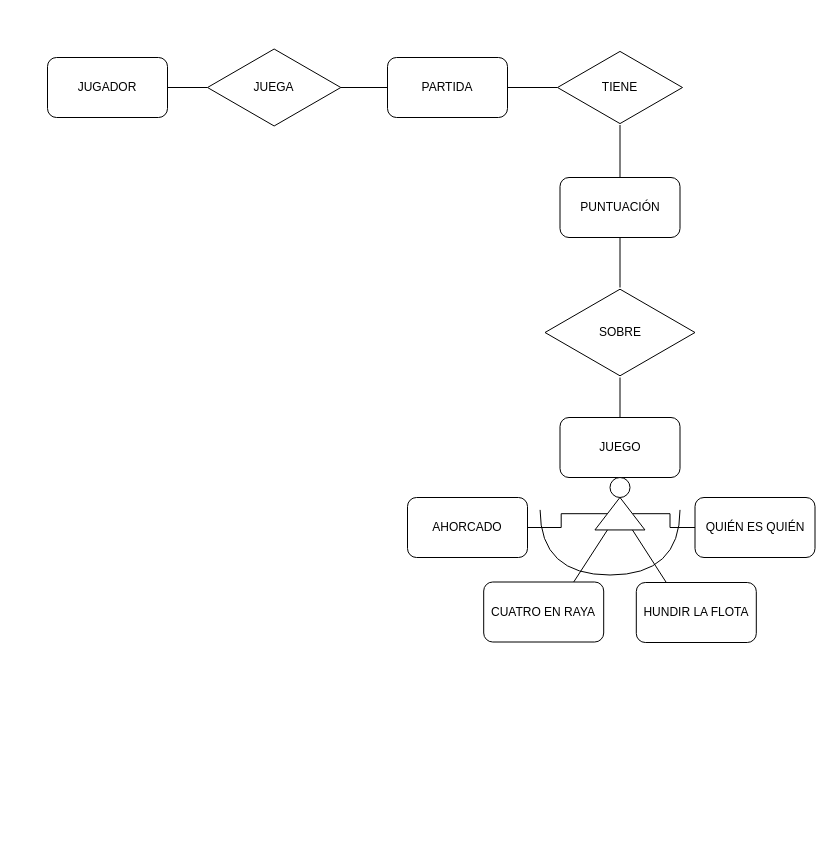
The draw.io diagram Bases de Datos/DIAGRAMA E-R BASE DE DATOS.drawio in AlejandroFraileMunoz/MiniRetoEquipo2, before the edit. Source tidied: cells renumbered, new cells numbered last; positions are measured from the earlier drawing's top-left corner, leaving out a move shared by most shapes. Both pictures are drawn from the tidied source at 100%, with x=0, y=0 at pixel (47, 47).
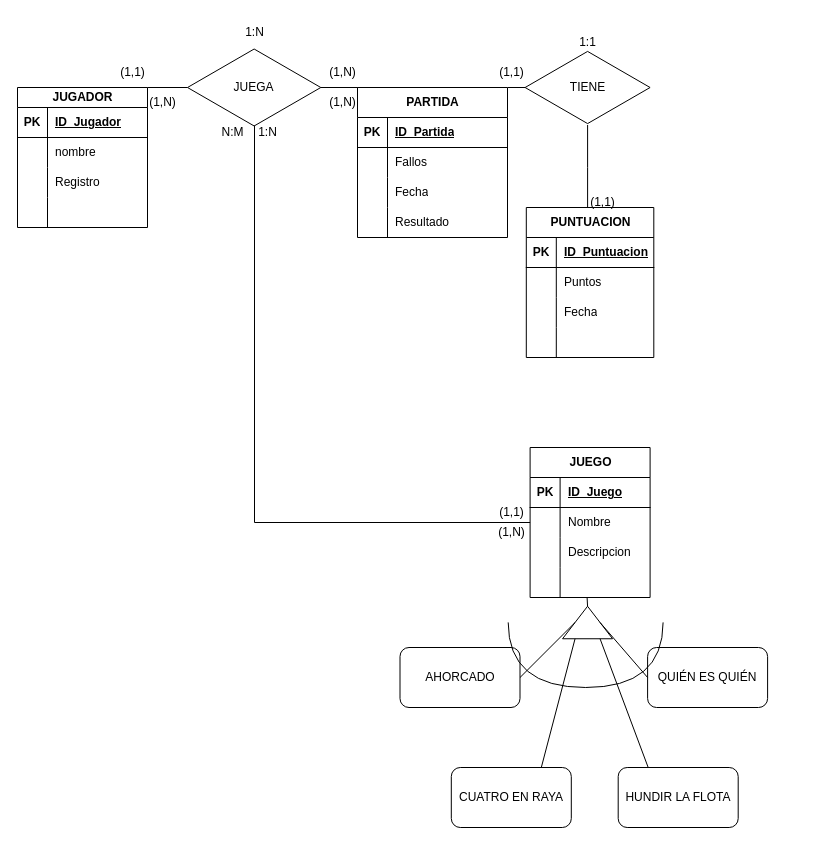
After the change.

Commit message:
Diagrama E/R de base de datos

The edit, as a diff of the source:
```diff
@@
-    <mxCell id="2" style="edgeStyle=orthogonalEdgeStyle;rounded=0;jettySize=auto;html=1;endArrow=none;startFill=0;" parent="1" edge="1" source="3" target="5">
-      <mxGeometry relative="1" as="geometry" />
-    </mxCell>
-    <mxCell id="3" value="JUGADOR" style="rounded=1;whiteSpace=wrap;html=1;" parent="1" vertex="1">
-      <mxGeometry y="10" width="120" height="60" as="geometry" />
-    </mxCell>
-    <mxCell id="4" style="edgeStyle=orthogonalEdgeStyle;rounded=0;jettySize=auto;html=1;endArrow=none;startFill=0;" parent="1" edge="1" source="5" target="7">
-      <mxGeometry relative="1" as="geometry" />
+    <mxCell id="4" style="edgeStyle=orthogonalEdgeStyle;rounded=0;jettySize=auto;html=1;endArrow=none;startFill=0;" parent="1" edge="1" source="5">
+      <mxGeometry relative="1" as="geometry">
+        <mxPoint x="350" y="40" as="targetPoint" />
+      </mxGeometry>
     </mxCell>
     <mxCell id="5" value="JUEGA" style="html=1;whiteSpace=wrap;shape=isoRectangle;" parent="1" vertex="1">
-      <mxGeometry x="160" width="133.3" height="80" as="geometry" />
+      <mxGeometry x="140" width="133.3" height="80" as="geometry" />
     </mxCell>
-    <mxCell id="6" style="edgeStyle=orthogonalEdgeStyle;rounded=0;jettySize=auto;html=1;endArrow=none;startFill=0;" parent="1" edge="1" source="7" target="9">
-      <mxGeometry relative="1" as="geometry" />
+    <mxCell id="6" style="edgeStyle=orthogonalEdgeStyle;rounded=0;jettySize=auto;html=1;endArrow=none;startFill=0;exitX=1;exitY=0;exitDx=0;exitDy=0;" parent="1" edge="1" source="7" target="9">
+      <mxGeometry relative="1" as="geometry">
+        <Array as="points">
+          <mxPoint x="540" y="40" />
+          <mxPoint x="540" y="40" />
+        </Array>
+      </mxGeometry>
     </mxCell>
-    <mxCell id="7" value="PARTIDA" style="rounded=1;whiteSpace=wrap;html=1;" parent="1" vertex="1">
-      <mxGeometry x="340" y="10" width="120" height="60" as="geometry" />
-    </mxCell>
-    <mxCell id="8" style="edgeStyle=orthogonalEdgeStyle;rounded=0;jettySize=auto;html=1;endArrow=none;startFill=0;" parent="1" edge="1" source="9" target="11">
-      <mxGeometry relative="1" as="geometry" />
+    <mxCell id="8" style="edgeStyle=orthogonalEdgeStyle;rounded=0;jettySize=auto;html=1;endArrow=none;startFill=0;" parent="1" edge="1" source="9" target="51">
+      <mxGeometry relative="1" as="geometry">
+        <Array as="points">
+          <mxPoint x="540" y="120" />
+          <mxPoint x="540" y="120" />
+        </Array>
+      </mxGeometry>
     </mxCell>
     <mxCell id="9" value="TIENE" style="html=1;whiteSpace=wrap;shape=isoRectangle;" parent="1" vertex="1">
-      <mxGeometry x="510" y="2.5" width="125" height="75" as="geometry" />
+      <mxGeometry x="477.6" y="2.5" width="125" height="75" as="geometry" />
     </mxCell>
-    <mxCell id="10" style="edgeStyle=orthogonalEdgeStyle;rounded=0;jettySize=auto;html=1;endArrow=none;startFill=0;" parent="1" edge="1" source="11" target="13">
-      <mxGeometry relative="1" as="geometry" />
-    </mxCell>
-    <mxCell id="11" value="PUNTUACIÓN" style="rounded=1;whiteSpace=wrap;html=1;" parent="1" vertex="1">
-      <mxGeometry x="512.5" y="130" width="120" height="60" as="geometry" />
-    </mxCell>
-    <mxCell id="12" style="edgeStyle=orthogonalEdgeStyle;rounded=0;jettySize=auto;html=1;" parent="1" edge="1" source="13" target="15">
-      <mxGeometry relative="1" as="geometry" />
-    </mxCell>
-    <mxCell id="13" value="SOBRE" style="html=1;whiteSpace=wrap;shape=isoRectangle;" parent="1" vertex="1">
-      <mxGeometry x="497.5" y="240" width="150" height="90" as="geometry" />
-    </mxCell>
-    <mxCell id="14" value="JUEGO" style="rounded=1;whiteSpace=wrap;html=1;" parent="1" vertex="1">
-      <mxGeometry x="512.5" y="370" width="120" height="60" as="geometry" />
-    </mxCell>
-    <mxCell id="15" style="ellipse;whiteSpace=wrap;html=1;" parent="1" vertex="1">
-      <mxGeometry x="562.5" y="430" width="20" height="20" as="geometry" />
-    </mxCell>
-    <mxCell id="16" style="edgeStyle=orthogonalEdgeStyle;rounded=0;jettySize=auto;html=1;endArrow=none;startFill=0;" parent="1" edge="1" source="18" target="19">
-      <mxGeometry relative="1" as="geometry" />
-    </mxCell>
-    <mxCell id="17" style="edgeStyle=orthogonalEdgeStyle;rounded=0;jettySize=auto;html=1;endArrow=none;startFill=0;" parent="1" edge="1" source="18" target="21">
-      <mxGeometry relative="1" as="geometry" />
-    </mxCell>
     <mxCell id="18" style="triangle;whiteSpace=wrap;html=1;rotation=-90;" parent="1" vertex="1">
-      <mxGeometry x="556.2" y="441.2" width="32.5" height="50" as="geometry" />
+      <mxGeometry x="523.8" y="550" width="32.5" height="50" as="geometry" />
     </mxCell>
     <mxCell id="19" value="AHORCADO" style="rounded=1;whiteSpace=wrap;html=1;" parent="1" vertex="1">
-      <mxGeometry x="360" y="450" width="120" height="60" as="geometry" />
+      <mxGeometry x="352.5" y="600" width="120" height="60" as="geometry" />
     </mxCell>
     <mxCell id="20" value="CUATRO EN RAYA" style="rounded=1;whiteSpace=wrap;html=1;" parent="1" vertex="1">
-      <mxGeometry x="436.2" y="534.5" width="120" height="60" as="geometry" />
+      <mxGeometry x="403.8" y="720" width="120" height="60" as="geometry" />
     </mxCell>
     <mxCell id="21" value="QUIÉN ES QUIÉN" style="rounded=1;whiteSpace=wrap;html=1;" parent="1" vertex="1">
-      <mxGeometry x="647.5" y="450" width="120" height="60" as="geometry" />
+      <mxGeometry x="600.1" y="600" width="120" height="60" as="geometry" />
     </mxCell>
     <mxCell id="22" value="HUNDIR LA FLOTA" style="rounded=1;whiteSpace=wrap;html=1;" parent="1" vertex="1">
-      <mxGeometry x="588.8" y="535" width="120" height="60" as="geometry" />
+      <mxGeometry x="570.7" y="720" width="120" height="60" as="geometry" />
     </mxCell>
@@
     <mxCell id="25" style="shape=requiredInterface;html=1;verticalLabelPosition=bottom;sketch=0;rotation=90;" parent="1" vertex="1">
-      <mxGeometry x="530" y="425" width="65.1" height="139.9" as="geometry" />
+      <mxGeometry x="505.6" y="530" width="65.1" height="154.9" as="geometry" />
     </mxCell>
+    <mxCell id="3" value="JUGADOR" style="shape=table;startSize=20;childLayout=tableLayout;rowLines=0;fontStyle=1;align=center;html=1;" parent="1" vertex="1">
+      <mxGeometry x="-30" y="40" width="130" height="140" as="geometry" />
+    </mxCell>
+    <mxCell id="26" style="shape=tableRow;horizontal=0;startSize=0;swimlaneHead=0;swimlaneBody=0;fillColor=none;top=0;left=0;right=0;bottom=1;" parent="3" vertex="1">
+      <mxGeometry y="20" width="130" height="30" as="geometry" />
+    </mxCell>
+    <mxCell id="27" value="PK" style="shape=partialRectangle;fillColor=none;top=0;left=0;bottom=0;right=0;fontStyle=1;overflow=hidden;whiteSpace=wrap;html=1;" parent="26" vertex="1">
+      <mxGeometry width="30" height="30" as="geometry" />
+    </mxCell>
+    <mxCell id="28" value="ID_Jugador" style="shape=partialRectangle;fillColor=none;top=0;left=0;bottom=0;right=0;align=left;spacingLeft=6;fontStyle=5;overflow=hidden;whiteSpace=wrap;html=1;" parent="26" vertex="1">
+      <mxGeometry x="30" width="100" height="30" as="geometry" />
+    </mxCell>
+    <mxCell id="29" style="shape=tableRow;horizontal=0;startSize=0;swimlaneHead=0;swimlaneBody=0;fillColor=none;top=0;left=0;right=0;bottom=0;" parent="3" vertex="1">
+      <mxGeometry y="50" width="130" height="30" as="geometry" />
+    </mxCell>
+    <mxCell id="30" style="shape=partialRectangle;fillColor=none;top=0;left=0;bottom=0;right=0;overflow=hidden;whiteSpace=wrap;html=1;" parent="29" vertex="1">
+      <mxGeometry width="30" height="30" as="geometry" />
+    </mxCell>
+    <mxCell id="31" value="nombre" style="shape=partialRectangle;fillColor=none;top=0;left=0;bottom=0;right=0;align=left;spacingLeft=6;overflow=hidden;whiteSpace=wrap;html=1;" parent="29" vertex="1">
+      <mxGeometry x="30" width="100" height="30" as="geometry" />
+    </mxCell>
+    <mxCell id="32" style="shape=tableRow;horizontal=0;startSize=0;swimlaneHead=0;swimlaneBody=0;fillColor=none;top=0;left=0;right=0;bottom=0;" parent="3" vertex="1">
+      <mxGeometry y="80" width="130" height="30" as="geometry" />
+    </mxCell>
+    <mxCell id="33" style="shape=partialRectangle;fillColor=none;top=0;left=0;bottom=0;right=0;overflow=hidden;whiteSpace=wrap;html=1;" parent="32" vertex="1">
+      <mxGeometry width="30" height="30" as="geometry" />
+    </mxCell>
+    <mxCell id="34" value="Registro" style="shape=partialRectangle;fillColor=none;top=0;left=0;bottom=0;right=0;align=left;spacingLeft=6;overflow=hidden;whiteSpace=wrap;html=1;" parent="32" vertex="1">
+      <mxGeometry x="30" width="100" height="30" as="geometry" />
+    </mxCell>
+    <mxCell id="35" style="shape=tableRow;horizontal=0;startSize=0;swimlaneHead=0;swimlaneBody=0;fillColor=none;top=0;left=0;right=0;bottom=0;" parent="3" vertex="1">
+      <mxGeometry y="110" width="130" height="30" as="geometry" />
+    </mxCell>
+    <mxCell id="36" style="shape=partialRectangle;fillColor=none;top=0;left=0;bottom=0;right=0;overflow=hidden;whiteSpace=wrap;html=1;" parent="35" vertex="1">
+      <mxGeometry width="30" height="30" as="geometry" />
+    </mxCell>
+    <mxCell id="37" style="shape=partialRectangle;fillColor=none;top=0;left=0;bottom=0;right=0;align=left;spacingLeft=6;overflow=hidden;whiteSpace=wrap;html=1;" parent="35" vertex="1">
+      <mxGeometry x="30" width="100" height="30" as="geometry" />
+    </mxCell>
+    <mxCell id="38" style="endArrow=none;html=1;rounded=0;exitX=1;exitY=0;exitDx=0;exitDy=0;" parent="1" edge="1" source="3">
+      <mxGeometry relative="1" as="geometry">
+        <mxPoint x="140" y="40" as="targetPoint" />
+      </mxGeometry>
+    </mxCell>
+    <mxCell id="7" value="PARTIDA" style="shape=table;startSize=30;childLayout=tableLayout;rowLines=0;fontStyle=1;align=center;html=1;" parent="1" vertex="1">
+      <mxGeometry x="310" y="40" width="150" height="150" as="geometry" />
+    </mxCell>
+    <mxCell id="39" style="shape=tableRow;horizontal=0;startSize=0;swimlaneHead=0;swimlaneBody=0;fillColor=none;top=0;left=0;right=0;bottom=1;" parent="7" vertex="1">
+      <mxGeometry y="30" width="150" height="30" as="geometry" />
+    </mxCell>
+    <mxCell id="40" value="PK" style="shape=partialRectangle;fillColor=none;top=0;left=0;bottom=0;right=0;fontStyle=1;overflow=hidden;whiteSpace=wrap;html=1;" parent="39" vertex="1">
+      <mxGeometry width="30" height="30" as="geometry" />
+    </mxCell>
+    <mxCell id="41" value="ID_Partida" style="shape=partialRectangle;fillColor=none;top=0;left=0;bottom=0;right=0;align=left;spacingLeft=6;fontStyle=5;overflow=hidden;whiteSpace=wrap;html=1;" parent="39" vertex="1">
+      <mxGeometry x="30" width="120" height="30" as="geometry" />
+    </mxCell>
+    <mxCell id="42" style="shape=tableRow;horizontal=0;startSize=0;swimlaneHead=0;swimlaneBody=0;fillColor=none;top=0;left=0;right=0;bottom=0;" parent="7" vertex="1">
+      <mxGeometry y="60" width="150" height="30" as="geometry" />
+    </mxCell>
+    <mxCell id="43" style="shape=partialRectangle;fillColor=none;top=0;left=0;bottom=0;right=0;overflow=hidden;whiteSpace=wrap;html=1;" parent="42" vertex="1">
+      <mxGeometry width="30" height="30" as="geometry" />
+    </mxCell>
+    <mxCell id="44" value="Fallos" style="shape=partialRectangle;fillColor=none;top=0;left=0;bottom=0;right=0;align=left;spacingLeft=6;overflow=hidden;whiteSpace=wrap;html=1;" parent="42" vertex="1">
+      <mxGeometry x="30" width="120" height="30" as="geometry" />
+    </mxCell>
+    <mxCell id="45" style="shape=tableRow;horizontal=0;startSize=0;swimlaneHead=0;swimlaneBody=0;fillColor=none;top=0;left=0;right=0;bottom=0;" parent="7" vertex="1">
+      <mxGeometry y="90" width="150" height="30" as="geometry" />
+    </mxCell>
+    <mxCell id="46" style="shape=partialRectangle;fillColor=none;top=0;left=0;bottom=0;right=0;overflow=hidden;whiteSpace=wrap;html=1;" parent="45" vertex="1">
+      <mxGeometry width="30" height="30" as="geometry" />
+    </mxCell>
+    <mxCell id="47" value="Fecha" style="shape=partialRectangle;fillColor=none;top=0;left=0;bottom=0;right=0;align=left;spacingLeft=6;overflow=hidden;whiteSpace=wrap;html=1;" parent="45" vertex="1">
+      <mxGeometry x="30" width="120" height="30" as="geometry" />
+    </mxCell>
+    <mxCell id="48" style="shape=tableRow;horizontal=0;startSize=0;swimlaneHead=0;swimlaneBody=0;fillColor=none;top=0;left=0;right=0;bottom=0;" parent="7" vertex="1">
+      <mxGeometry y="120" width="150" height="30" as="geometry" />
+    </mxCell>
+    <mxCell id="49" style="shape=partialRectangle;fillColor=none;top=0;left=0;bottom=0;right=0;overflow=hidden;whiteSpace=wrap;html=1;" parent="48" vertex="1">
+      <mxGeometry width="30" height="30" as="geometry" />
+    </mxCell>
+    <mxCell id="50" value="Resultado" style="shape=partialRectangle;fillColor=none;top=0;left=0;bottom=0;right=0;align=left;spacingLeft=6;overflow=hidden;whiteSpace=wrap;html=1;" parent="48" vertex="1">
+      <mxGeometry x="30" width="120" height="30" as="geometry" />
+    </mxCell>
+    <mxCell id="51" value="PUNTUACION" style="shape=table;startSize=30;childLayout=tableLayout;rowLines=0;fontStyle=1;align=center;html=1;" parent="1" vertex="1">
+      <mxGeometry x="478.8" y="160" width="127.5" height="150" as="geometry" />
+    </mxCell>
+    <mxCell id="52" style="shape=tableRow;horizontal=0;startSize=0;swimlaneHead=0;swimlaneBody=0;fillColor=none;top=0;left=0;right=0;bottom=1;" parent="51" vertex="1">
+      <mxGeometry y="30" width="127.5" height="30" as="geometry" />
+    </mxCell>
+    <mxCell id="53" value="PK" style="shape=partialRectangle;fillColor=none;top=0;left=0;bottom=0;right=0;fontStyle=1;overflow=hidden;whiteSpace=wrap;html=1;" parent="52" vertex="1">
+      <mxGeometry width="30" height="30" as="geometry" />
+    </mxCell>
+    <mxCell id="54" value="ID_Puntuacion" style="shape=partialRectangle;fillColor=none;top=0;left=0;bottom=0;right=0;align=left;spacingLeft=6;fontStyle=5;overflow=hidden;whiteSpace=wrap;html=1;" parent="52" vertex="1">
+      <mxGeometry x="30" width="97.5" height="30" as="geometry" />
+    </mxCell>
+    <mxCell id="55" style="shape=tableRow;horizontal=0;startSize=0;swimlaneHead=0;swimlaneBody=0;fillColor=none;top=0;left=0;right=0;bottom=0;" parent="51" vertex="1">
+      <mxGeometry y="60" width="127.5" height="30" as="geometry" />
+    </mxCell>
+    <mxCell id="56" style="shape=partialRectangle;fillColor=none;top=0;left=0;bottom=0;right=0;overflow=hidden;whiteSpace=wrap;html=1;" parent="55" vertex="1">
+      <mxGeometry width="30" height="30" as="geometry" />
+    </mxCell>
+    <mxCell id="57" value="Puntos" style="shape=partialRectangle;fillColor=none;top=0;left=0;bottom=0;right=0;align=left;spacingLeft=6;overflow=hidden;whiteSpace=wrap;html=1;" parent="55" vertex="1">
+      <mxGeometry x="30" width="97.5" height="30" as="geometry" />
+    </mxCell>
+    <mxCell id="58" style="shape=tableRow;horizontal=0;startSize=0;swimlaneHead=0;swimlaneBody=0;fillColor=none;top=0;left=0;right=0;bottom=0;" parent="51" vertex="1">
+      <mxGeometry y="90" width="127.5" height="30" as="geometry" />
+    </mxCell>
+    <mxCell id="59" style="shape=partialRectangle;fillColor=none;top=0;left=0;bottom=0;right=0;overflow=hidden;whiteSpace=wrap;html=1;" parent="58" vertex="1">
+      <mxGeometry width="30" height="30" as="geometry" />
+    </mxCell>
+    <mxCell id="60" value="Fecha" style="shape=partialRectangle;fillColor=none;top=0;left=0;bottom=0;right=0;align=left;spacingLeft=6;overflow=hidden;whiteSpace=wrap;html=1;" parent="58" vertex="1">
+      <mxGeometry x="30" width="97.5" height="30" as="geometry" />
+    </mxCell>
+    <mxCell id="61" style="shape=tableRow;horizontal=0;startSize=0;swimlaneHead=0;swimlaneBody=0;fillColor=none;top=0;left=0;right=0;bottom=0;" parent="51" vertex="1">
+      <mxGeometry y="120" width="127.5" height="30" as="geometry" />
+    </mxCell>
+    <mxCell id="62" style="shape=partialRectangle;fillColor=none;top=0;left=0;bottom=0;right=0;overflow=hidden;whiteSpace=wrap;html=1;" parent="61" vertex="1">
+      <mxGeometry width="30" height="30" as="geometry" />
+    </mxCell>
+    <mxCell id="63" style="shape=partialRectangle;fillColor=none;top=0;left=0;bottom=0;right=0;align=left;spacingLeft=6;overflow=hidden;whiteSpace=wrap;html=1;" parent="61" vertex="1">
+      <mxGeometry x="30" width="97.5" height="30" as="geometry" />
+    </mxCell>
+    <mxCell id="16" style="endArrow=none;html=1;rounded=0;entryX=1;entryY=0.5;entryDx=0;entryDy=0;exitX=0.5;exitY=0;exitDx=0;exitDy=0;" parent="1" edge="1" source="18" target="19">
+      <mxGeometry relative="1" as="geometry" />
+    </mxCell>
+    <mxCell id="17" style="endArrow=none;html=1;rounded=0;entryX=0;entryY=0.5;entryDx=0;entryDy=0;exitX=0.5;exitY=1;exitDx=0;exitDy=0;" parent="1" edge="1" source="18" target="21">
+      <mxGeometry relative="1" as="geometry" />
+    </mxCell>
+    <mxCell id="14" value="JUEGO" style="shape=table;startSize=30;childLayout=tableLayout;rowLines=0;fontStyle=1;align=center;html=1;" parent="1" vertex="1">
+      <mxGeometry x="482.6" y="400" width="120" height="150" as="geometry" />
+    </mxCell>
+    <mxCell id="64" style="shape=tableRow;horizontal=0;startSize=0;swimlaneHead=0;swimlaneBody=0;fillColor=none;top=0;left=0;right=0;bottom=1;" parent="14" vertex="1">
+      <mxGeometry y="30" width="120" height="30" as="geometry" />
+    </mxCell>
+    <mxCell id="65" value="PK" style="shape=partialRectangle;fillColor=none;top=0;left=0;bottom=0;right=0;fontStyle=1;overflow=hidden;whiteSpace=wrap;html=1;" parent="64" vertex="1">
+      <mxGeometry width="30" height="30" as="geometry" />
+    </mxCell>
+    <mxCell id="66" value="ID_Juego" style="shape=partialRectangle;fillColor=none;top=0;left=0;bottom=0;right=0;align=left;spacingLeft=6;fontStyle=5;overflow=hidden;whiteSpace=wrap;html=1;" parent="64" vertex="1">
+      <mxGeometry x="30" width="90" height="30" as="geometry" />
+    </mxCell>
+    <mxCell id="67" style="shape=tableRow;horizontal=0;startSize=0;swimlaneHead=0;swimlaneBody=0;fillColor=none;points=[[0,0.5],[1,0.5]];portConstraint=eastwest;top=0;left=0;right=0;bottom=0;" parent="14" vertex="1">
+      <mxGeometry y="60" width="120" height="30" as="geometry" />
+    </mxCell>
+    <mxCell id="68" style="shape=partialRectangle;fillColor=none;top=0;left=0;bottom=0;right=0;overflow=hidden;whiteSpace=wrap;html=1;" parent="67" vertex="1">
+      <mxGeometry width="30" height="30" as="geometry" />
+    </mxCell>
+    <mxCell id="69" value="Nombre" style="shape=partialRectangle;fillColor=none;top=0;left=0;bottom=0;right=0;align=left;spacingLeft=6;overflow=hidden;whiteSpace=wrap;html=1;" parent="67" vertex="1">
+      <mxGeometry x="30" width="90" height="30" as="geometry" />
+    </mxCell>
+    <mxCell id="70" style="shape=tableRow;horizontal=0;startSize=0;swimlaneHead=0;swimlaneBody=0;fillColor=none;top=0;left=0;right=0;bottom=0;" parent="14" vertex="1">
+      <mxGeometry y="90" width="120" height="30" as="geometry" />
+    </mxCell>
+    <mxCell id="71" style="shape=partialRectangle;fillColor=none;top=0;left=0;bottom=0;right=0;overflow=hidden;whiteSpace=wrap;html=1;" parent="70" vertex="1">
+      <mxGeometry width="30" height="30" as="geometry" />
+    </mxCell>
+    <mxCell id="72" value="Descripcion" style="shape=partialRectangle;fillColor=none;top=0;left=0;bottom=0;right=0;align=left;spacingLeft=6;overflow=hidden;whiteSpace=wrap;html=1;" parent="70" vertex="1">
+      <mxGeometry x="30" width="90" height="30" as="geometry" />
+    </mxCell>
+    <mxCell id="73" style="shape=tableRow;horizontal=0;startSize=0;swimlaneHead=0;swimlaneBody=0;fillColor=none;points=[[0,0.5],[1,0.5]];portConstraint=eastwest;top=0;left=0;right=0;bottom=0;" parent="14" vertex="1">
+      <mxGeometry y="120" width="120" height="30" as="geometry" />
+    </mxCell>
+    <mxCell id="74" style="shape=partialRectangle;fillColor=none;top=0;left=0;bottom=0;right=0;overflow=hidden;whiteSpace=wrap;html=1;" parent="73" vertex="1">
+      <mxGeometry width="30" height="30" as="geometry" />
+    </mxCell>
+    <mxCell id="75" style="shape=partialRectangle;fillColor=none;top=0;left=0;bottom=0;right=0;align=left;spacingLeft=6;overflow=hidden;whiteSpace=wrap;html=1;" parent="73" vertex="1">
+      <mxGeometry x="30" width="90" height="30" as="geometry" />
+    </mxCell>
+    <mxCell id="76" style="endArrow=none;html=1;rounded=0;exitX=1;exitY=0.5;exitDx=0;exitDy=0;entryX=0.475;entryY=0.998;entryDx=0;entryDy=0;entryPerimeter=0;" parent="1" edge="1" source="18" target="73">
+      <mxGeometry relative="1" as="geometry" />
+    </mxCell>
+    <mxCell id="77" style="endArrow=none;html=1;rounded=0;exitX=0;exitY=0.5;exitDx=0;exitDy=0;" parent="1" edge="1" source="67">
+      <mxGeometry relative="1" as="geometry">
+        <mxPoint x="207" y="78" as="targetPoint" />
+        <Array as="points">
+          <mxPoint x="207" y="475" />
+        </Array>
+      </mxGeometry>
+    </mxCell>
+    <mxCell id="78" value="(1,N)" style="text;html=1;align=center;verticalAlign=middle;strokeColor=none;fillColor=none;" parent="1" vertex="1">
+      <mxGeometry x="90" y="40" width="50" height="30" as="geometry" />
+    </mxCell>
+    <mxCell id="79" value="(1,N)" style="text;html=1;align=center;verticalAlign=middle;strokeColor=none;fillColor=none;" parent="1" vertex="1">
+      <mxGeometry x="270" y="10" width="50" height="30" as="geometry" />
+    </mxCell>
+    <mxCell id="80" value="(1,1)" style="text;html=1;align=center;verticalAlign=middle;strokeColor=none;fillColor=none;" parent="1" vertex="1">
+      <mxGeometry x="438.8" y="450" width="50" height="30" as="geometry" />
+    </mxCell>
+    <mxCell id="81" value="1:N" style="text;html=1;align=center;verticalAlign=middle;strokeColor=none;fillColor=none;" parent="1" vertex="1">
+      <mxGeometry x="200" y="70" width="40" height="30" as="geometry" />
+    </mxCell>
+    <mxCell id="82" value="1:N" style="text;html=1;align=center;verticalAlign=middle;strokeColor=none;fillColor=none;" parent="1" vertex="1">
+      <mxGeometry x="186.7" y="-30" width="40" height="30" as="geometry" />
+    </mxCell>
+    <mxCell id="83" value="(1,N)" style="text;html=1;align=center;verticalAlign=middle;strokeColor=none;fillColor=none;" parent="1" vertex="1">
+      <mxGeometry x="270" y="40" width="50" height="30" as="geometry" />
+    </mxCell>
+    <mxCell id="84" value="(1,1)" style="text;html=1;align=center;verticalAlign=middle;strokeColor=none;fillColor=none;" parent="1" vertex="1">
+      <mxGeometry x="60" y="10" width="50" height="30" as="geometry" />
+    </mxCell>
+    <mxCell id="85" value="(1,N)" style="text;html=1;align=center;verticalAlign=middle;strokeColor=none;fillColor=none;" parent="1" vertex="1">
+      <mxGeometry x="438.8" y="470" width="50" height="30" as="geometry" />
+    </mxCell>
+    <mxCell id="86" value="N:M" style="text;html=1;align=center;verticalAlign=middle;strokeColor=none;fillColor=none;" parent="1" vertex="1">
+      <mxGeometry x="160" y="70" width="50" height="30" as="geometry" />
+    </mxCell>
+    <mxCell id="87" value="(1,1)" style="text;html=1;align=center;verticalAlign=middle;strokeColor=none;fillColor=none;" parent="1" vertex="1">
+      <mxGeometry x="530" y="140" width="50" height="30" as="geometry" />
+    </mxCell>
+    <mxCell id="88" value="(1,1)" style="text;html=1;align=center;verticalAlign=middle;strokeColor=none;fillColor=none;" parent="1" vertex="1">
+      <mxGeometry x="438.8" y="10" width="50" height="30" as="geometry" />
+    </mxCell>
+    <mxCell id="89" value="1:1" style="text;html=1;align=center;verticalAlign=middle;strokeColor=none;fillColor=none;" parent="1" vertex="1">
+      <mxGeometry x="520.1" y="-20" width="40" height="30" as="geometry" />
+    </mxCell>
```
